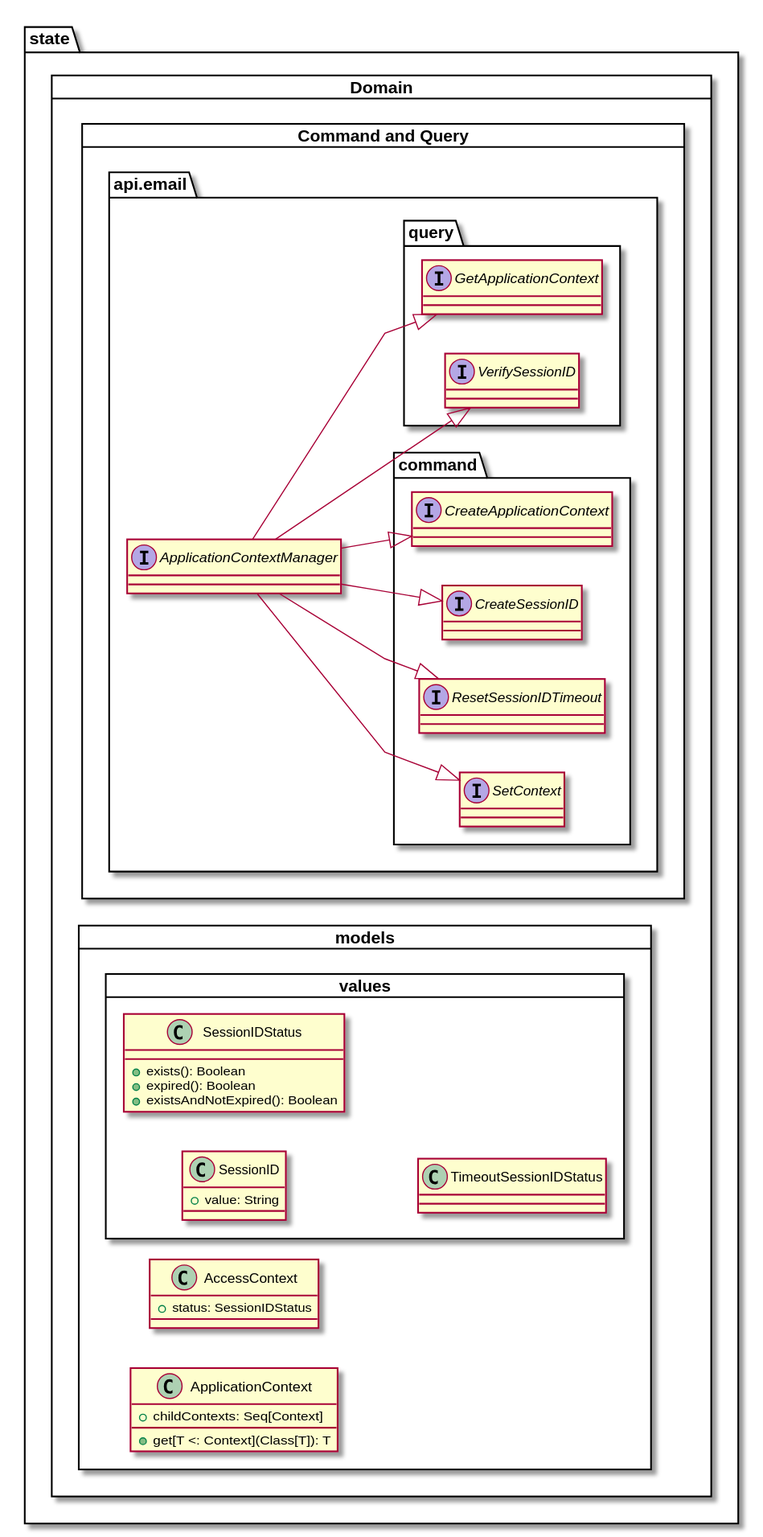
This is docs/generated/state.svg from aya-eiya/gradle-vertx-sample, a PlantUML export, as it was before one commit. Its source is kept beside it as docs/uml/part/state.puml. The source it was exported from:
```plantuml
@startuml
skinparam linetype polyline
left to right direction

package "state" {
  card "Domain" as state.Domain {
    card "Command and Query" as state.Domain.CQ {
      package "api.email" as state.Domain.CQ.api {
        interface "ApplicationContextManager" as state.Domain.CQ.api.ApplicationContextManager {
        }
        package "command" as state.Domain.CQ.api.command {
          interface "CreateApplicationContext" as state.Domain.CQ.api.command.CreateApplicationContext
          interface "CreateSessionID" as state.Domain.CQ.api.command.CreateSessionID
          interface "ResetSessionIDTimeout" as state.Domain.CQ.api.command.ResetSessionIDTimeout
          interface "SetContext" as state.Domain.CQ.api.command.SetContext
        }
        package "query" as state.Domain.CQ.api.query {
          interface "GetApplicationContext" as state.Domain.CQ.api.query.GetApplicationContext
          interface "VerifySessionID" as state.Domain.CQ.api.query.VerifySessionID
        }
      }
    }
  }

  package "Domain" as state.Domain {
    card "models" as state.Domain.models {
      class "AccessContext" as state.Domain.models.AccessContext {
        +status: SessionIDStatus
      }
      class "ApplicationContext" as state.Domain.models.ApplicationContext {
        +childContexts: Seq[Context]
        +get[T <: Context](Class[T]): T
      }
      card "values" as state.Domain.models.values {
        class "SessionID" as state.Domain.models.values.SessionID {
          +value: String
        }
        class "SessionIDStatus" as state.Domain.models.values.SessionIDStatus {
          +exists(): Boolean
          +expired(): Boolean
          +existsAndNotExpired(): Boolean
        }
        class "TimeoutSessionIDStatus" as state.Domain.models.values.TimeoutSessionIDStatus {
        }
      }
    }
  }
}

state.Domain.CQ.api.ApplicationContextManager -down-|> state.Domain.CQ.api.command.CreateApplicationContext
state.Domain.CQ.api.ApplicationContextManager -down-|> state.Domain.CQ.api.command.CreateSessionID
state.Domain.CQ.api.ApplicationContextManager -down-|> state.Domain.CQ.api.command.ResetSessionIDTimeout
state.Domain.CQ.api.ApplicationContextManager -down-|> state.Domain.CQ.api.command.SetContext
state.Domain.CQ.api.ApplicationContextManager -down-|> state.Domain.CQ.api.query.GetApplicationContext
state.Domain.CQ.api.ApplicationContextManager -down-|> state.Domain.CQ.api.query.VerifySessionID
@enduml
```
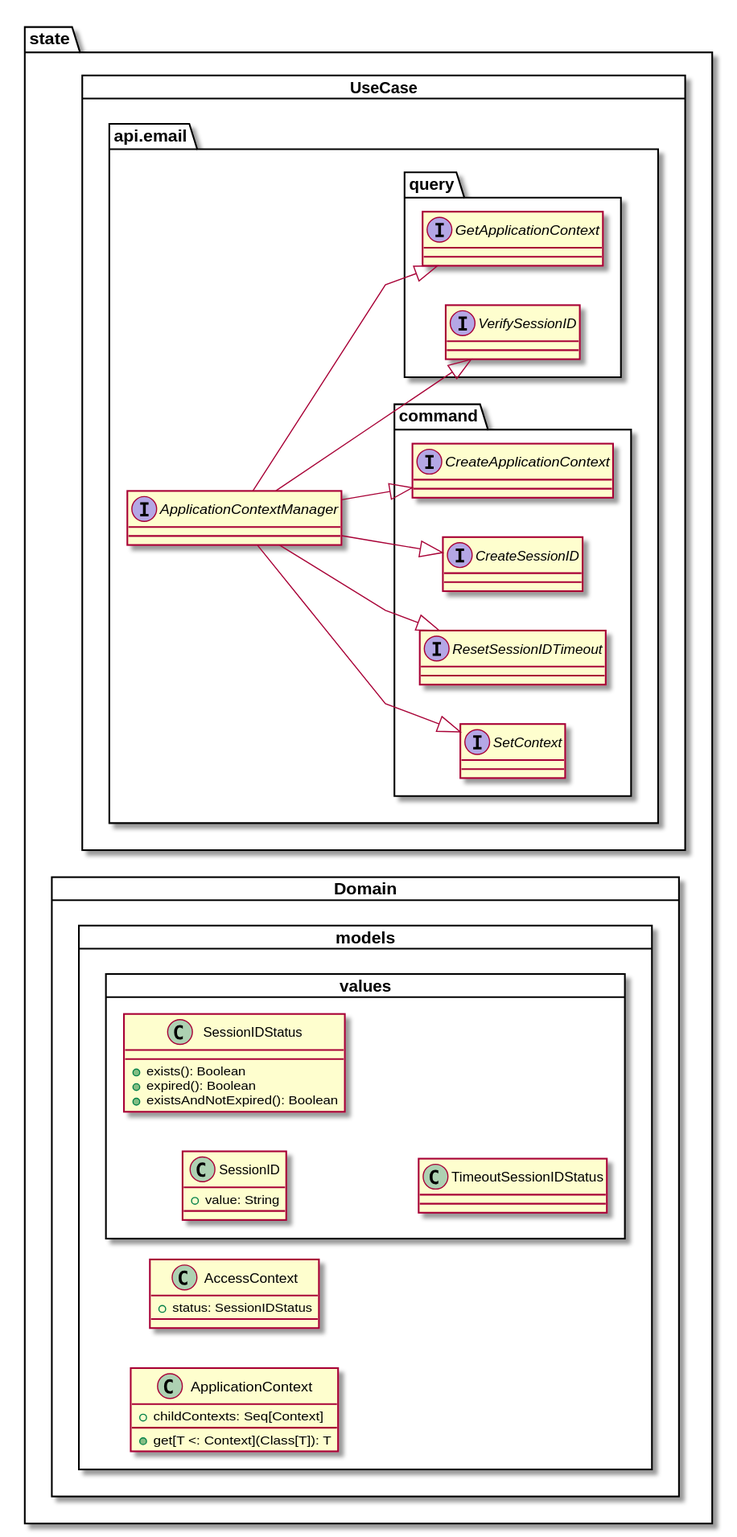
After the change.

What changed in the source:
```diff
@@ -3,26 +3,25 @@
 left to right direction
 
 package "state" {
-  card "Domain" as state.Domain {
-    card "Command and Query" as state.Domain.CQ {
-      package "api.email" as state.Domain.CQ.api {
-        interface "ApplicationContextManager" as state.Domain.CQ.api.ApplicationContextManager {
-        }
-        package "command" as state.Domain.CQ.api.command {
-          interface "CreateApplicationContext" as state.Domain.CQ.api.command.CreateApplicationContext
-          interface "CreateSessionID" as state.Domain.CQ.api.command.CreateSessionID
-          interface "ResetSessionIDTimeout" as state.Domain.CQ.api.command.ResetSessionIDTimeout
-          interface "SetContext" as state.Domain.CQ.api.command.SetContext
-        }
-        package "query" as state.Domain.CQ.api.query {
-          interface "GetApplicationContext" as state.Domain.CQ.api.query.GetApplicationContext
-          interface "VerifySessionID" as state.Domain.CQ.api.query.VerifySessionID
-        }
+  card "UseCase" as state.Domain.CQ {
+    package "api.email" as state.Domain.CQ.api {
+      interface "ApplicationContextManager" as state.Domain.CQ.api.ApplicationContextManager {
+      }
+      package "command" as state.Domain.CQ.api.command {
+        interface "CreateApplicationContext" as state.Domain.CQ.api.command.CreateApplicationContext
+        interface "CreateSessionID" as state.Domain.CQ.api.command.CreateSessionID
+        interface "ResetSessionIDTimeout" as state.Domain.CQ.api.command.ResetSessionIDTimeout
+        interface "SetContext" as state.Domain.CQ.api.command.SetContext
+      }
+      package "query" as state.Domain.CQ.api.query {
+        interface "GetApplicationContext" as state.Domain.CQ.api.query.GetApplicationContext
+        interface "VerifySessionID" as state.Domain.CQ.api.query.VerifySessionID
       }
     }
   }
 
-  package "Domain" as state.Domain {
+  card "Domain" as state.Domain {
+
     card "models" as state.Domain.models {
       class "AccessContext" as state.Domain.models.AccessContext {
         +status: SessionIDStatus
```
